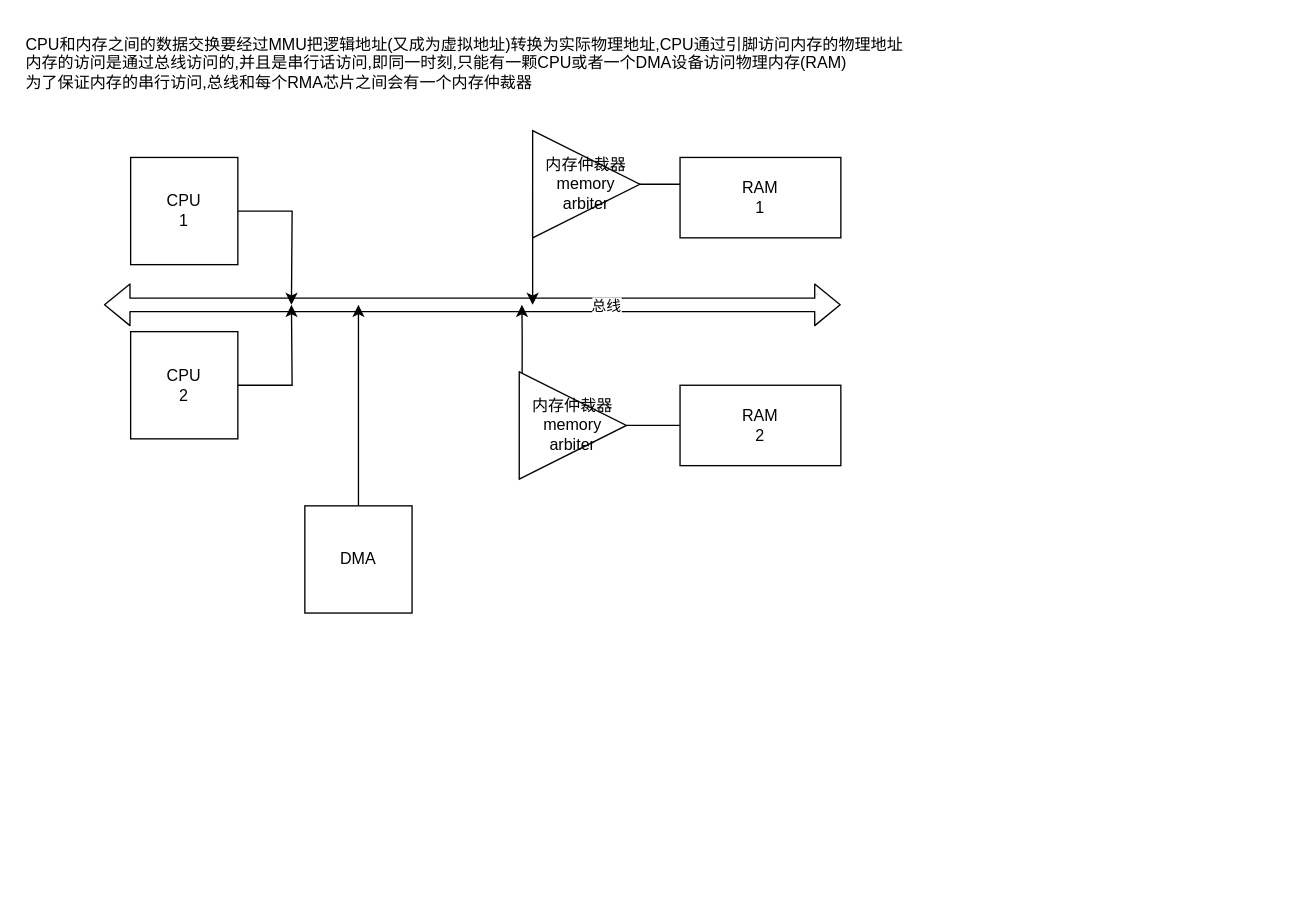
catface996/images keeps this draw.io diagram as linux内核-CPU访问物理内存.drawio. Above is the earlier version. Source tidied: cells renumbered, new cells numbered last; positions are measured from the earlier drawing's top-left corner, leaving out a move shared by most shapes. Both pictures are drawn from the tidied source at 134%, with x=0, y=0 at pixel (23, 29).
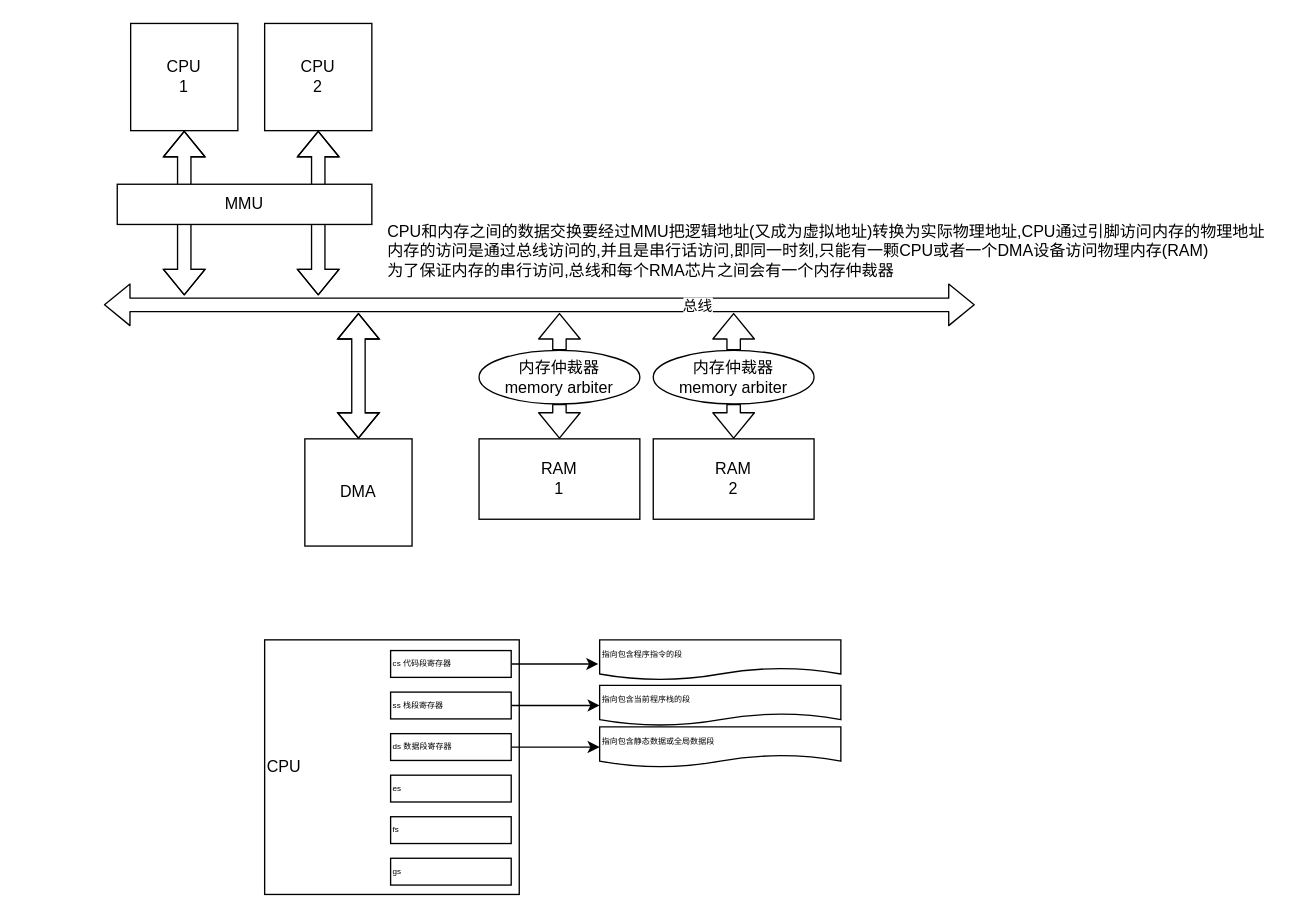
Above is the later version.

Commit message:
更新linux内核-CPU访问物理内存.drawio

What changed in the source:
```diff
@@
-    <mxCell id="2" style="edgeStyle=orthogonalEdgeStyle;rounded=0;jettySize=auto;html=1;" parent="1" edge="1" source="3">
-      <mxGeometry relative="1" as="geometry">
-        <mxPoint x="380" y="205" as="targetPoint" />
-        <Array as="points">
-          <mxPoint x="380" y="115" />
-        </Array>
-      </mxGeometry>
-    </mxCell>
-    <mxCell id="3" value="RAM&lt;br&gt;1" style="rounded=0;whiteSpace=wrap;html=1;" parent="1" vertex="1">
-      <mxGeometry x="490" y="95" width="120" height="60" as="geometry" />
-    </mxCell>
-    <mxCell id="4" style="edgeStyle=orthogonalEdgeStyle;rounded=0;jettySize=auto;html=1;exitX=1;exitY=0.5;exitDx=0;exitDy=0;" parent="1" edge="1" source="5">
-      <mxGeometry relative="1" as="geometry">
-        <mxPoint x="200" y="205" as="targetPoint" />
-      </mxGeometry>
-    </mxCell>
+    <mxCell id="18" style="edgeStyle=orthogonalEdgeStyle;rounded=0;jettySize=auto;html=1;shape=flexArrow;startArrow=block;exitX=0.5;exitY=1;exitDx=0;exitDy=0;" parent="1" edge="1" source="5">
+      <mxGeometry relative="1" as="geometry">
+        <mxPoint x="120" y="198" as="targetPoint" />
+      </mxGeometry>
+    </mxCell>
     <mxCell id="5" value="CPU&lt;br&gt;1" style="whiteSpace=wrap;html=1;" parent="1" vertex="1">
-      <mxGeometry x="80" y="95" width="80" height="80" as="geometry" />
+      <mxGeometry x="80" y="-5" width="80" height="80" as="geometry" />
     </mxCell>
-    <mxCell id="6" style="edgeStyle=orthogonalEdgeStyle;rounded=0;jettySize=auto;html=1;" parent="1" edge="1" source="7">
-      <mxGeometry relative="1" as="geometry">
-        <mxPoint x="200" y="205" as="targetPoint" />
-      </mxGeometry>
-    </mxCell>
-    <mxCell id="7" value="CPU&lt;br&gt;2" style="whiteSpace=wrap;html=1;" parent="1" vertex="1">
-      <mxGeometry x="80" y="225" width="80" height="80" as="geometry" />
-    </mxCell>
     <mxCell id="8" style="shape=flexArrow;endArrow=classic;startArrow=classic;html=1;" parent="1" edge="1">
       <mxGeometry relative="1" as="geometry">
         <mxPoint x="60" y="205" as="sourcePoint" />
-        <mxPoint x="610" y="205" as="targetPoint" />
+        <mxPoint x="710" y="205" as="targetPoint" />
       </mxGeometry>
     </mxCell>
@@
-    <mxCell id="10" style="edgeStyle=orthogonalEdgeStyle;rounded=0;jettySize=auto;html=1;startArrow=none;exitX=0.027;exitY=0.012;exitDx=0;exitDy=0;exitPerimeter=0;" parent="1" edge="1" source="16">
-      <mxGeometry relative="1" as="geometry">
-        <mxPoint x="372" y="205" as="targetPoint" />
-      </mxGeometry>
-    </mxCell>
-    <mxCell id="11" value="RAM&lt;br&gt;2" style="rounded=0;whiteSpace=wrap;html=1;" parent="1" vertex="1">
-      <mxGeometry x="490" y="265" width="120" height="60" as="geometry" />
+    <mxCell id="11" value="RAM&lt;br&gt;1" style="rounded=0;whiteSpace=wrap;html=1;" parent="1" vertex="1">
+      <mxGeometry x="340" y="305" width="120" height="60" as="geometry" />
     </mxCell>
-    <mxCell id="12" value="内存仲裁器&lt;br&gt;memory arbiter" style="triangle;whiteSpace=wrap;html=1;" parent="1" vertex="1">
-      <mxGeometry x="380" y="75" width="80" height="80" as="geometry" />
-    </mxCell>
-    <mxCell id="13" style="edgeStyle=orthogonalEdgeStyle;rounded=0;jettySize=auto;html=1;" parent="1" edge="1" source="14">
+    <mxCell id="13" style="edgeStyle=orthogonalEdgeStyle;rounded=0;jettySize=auto;html=1;shape=flexArrow;startArrow=block;exitX=0.5;exitY=0;exitDx=0;exitDy=0;" parent="1" edge="1" source="14">
       <mxGeometry relative="1" as="geometry">
-        <mxPoint x="250" y="205" as="targetPoint" />
+        <mxPoint x="250" y="211" as="targetPoint" />
       </mxGeometry>
     </mxCell>
     <mxCell id="14" value="DMA" style="whiteSpace=wrap;html=1;" parent="1" vertex="1">
-      <mxGeometry x="210" y="355" width="80" height="80" as="geometry" />
+      <mxGeometry x="210" y="305" width="80" height="80" as="geometry" />
     </mxCell>
     <mxCell id="15" value="CPU和内存之间的数据交换要经过MMU把逻辑地址(又成为虚拟地址)转换为实际物理地址,CPU通过引脚访问内存的物理地址&lt;br&gt;内存的访问是通过总线访问的,并且是串行话访问,即同一时刻,只能有一颗CPU或者一个DMA设备访问物理内存(RAM)&lt;br&gt;为了保证内存的串行访问,总线和每个RMA芯片之间会有一个内存仲裁器" style="text;html=1;align=left;verticalAlign=middle;strokeColor=none;" parent="1" vertex="1">
-      <mxGeometry width="670" height="50" as="geometry" />
+      <mxGeometry x="270" y="140" width="670" height="50" as="geometry" />
     </mxCell>
-    <mxCell id="16" value="内存仲裁器&lt;br&gt;memory arbiter" style="triangle;whiteSpace=wrap;html=1;" parent="1" vertex="1">
-      <mxGeometry x="370" y="255" width="80" height="80" as="geometry" />
-    </mxCell>
-    <mxCell id="17" style="edgeStyle=orthogonalEdgeStyle;rounded=0;jettySize=auto;html=1;endArrow=none;" parent="1" edge="1" source="11" target="16">
-      <mxGeometry relative="1" as="geometry" />
-    </mxCell>
+    <mxCell id="19" style="shape=flexArrow;endArrow=classic;startArrow=none;html=1;" parent="1" edge="1" source="20">
+      <mxGeometry relative="1" as="geometry">
+        <mxPoint x="400" y="211" as="targetPoint" />
+      </mxGeometry>
+    </mxCell>
+    <mxCell id="20" value="&lt;span&gt;内存仲裁器&lt;/span&gt;&lt;br&gt;&lt;span&gt;memory arbiter&lt;/span&gt;" style="ellipse;whiteSpace=wrap;html=1;" parent="1" vertex="1">
+      <mxGeometry x="340" y="239" width="120" height="40" as="geometry" />
+    </mxCell>
+    <mxCell id="21" style="shape=flexArrow;endArrow=none;startArrow=classic;html=1;exitX=0.5;exitY=0;exitDx=0;exitDy=0;" parent="1" edge="1" source="11" target="20">
+      <mxGeometry relative="1" as="geometry" />
+    </mxCell>
+    <mxCell id="22" value="RAM&lt;br&gt;2" style="rounded=0;whiteSpace=wrap;html=1;" parent="1" vertex="1">
+      <mxGeometry x="470" y="305" width="120" height="60" as="geometry" />
+    </mxCell>
+    <mxCell id="23" style="shape=flexArrow;endArrow=classic;startArrow=none;html=1;" parent="1" edge="1" source="24">
+      <mxGeometry relative="1" as="geometry">
+        <mxPoint x="530" y="211" as="targetPoint" />
+      </mxGeometry>
+    </mxCell>
+    <mxCell id="24" value="&lt;span&gt;内存仲裁器&lt;/span&gt;&lt;br&gt;&lt;span&gt;memory arbiter&lt;/span&gt;" style="ellipse;whiteSpace=wrap;html=1;" parent="1" vertex="1">
+      <mxGeometry x="470" y="239" width="120" height="40" as="geometry" />
+    </mxCell>
+    <mxCell id="25" style="shape=flexArrow;endArrow=none;startArrow=classic;html=1;exitX=0.5;exitY=0;exitDx=0;exitDy=0;" parent="1" edge="1" source="22" target="24">
+      <mxGeometry relative="1" as="geometry" />
+    </mxCell>
+    <mxCell id="26" style="edgeStyle=orthogonalEdgeStyle;rounded=0;jettySize=auto;html=1;shape=flexArrow;startArrow=block;exitX=0.5;exitY=1;exitDx=0;exitDy=0;" parent="1" edge="1" source="7">
+      <mxGeometry relative="1" as="geometry">
+        <mxPoint x="220" y="198" as="targetPoint" />
+      </mxGeometry>
+    </mxCell>
+    <mxCell id="7" value="CPU&lt;br&gt;2" style="whiteSpace=wrap;html=1;" parent="1" vertex="1">
+      <mxGeometry x="180" y="-5" width="80" height="80" as="geometry" />
+    </mxCell>
+    <mxCell id="27" value="MMU" style="rounded=0;whiteSpace=wrap;html=1;" parent="1" vertex="1">
+      <mxGeometry x="70" y="115" width="190" height="30" as="geometry" />
+    </mxCell>
+    <mxCell id="28" value="CPU" style="whiteSpace=wrap;html=1;align=left;" parent="1" vertex="1">
+      <mxGeometry x="180" y="455" width="190" height="190" as="geometry" />
+    </mxCell>
+    <mxCell id="29" style="edgeStyle=orthogonalEdgeStyle;rounded=0;jettySize=auto;html=1;fontSize=6;startArrow=none;startFill=0;" parent="1" edge="1" source="30">
+      <mxGeometry relative="1" as="geometry">
+        <mxPoint x="429" y="473" as="targetPoint" />
+      </mxGeometry>
+    </mxCell>
+    <mxCell id="30" value="cs 代码段寄存器" style="rounded=0;whiteSpace=wrap;html=1;align=left;fontSize=6;" parent="1" vertex="1">
+      <mxGeometry x="274" y="463" width="90" height="20" as="geometry" />
+    </mxCell>
+    <mxCell id="31" style="edgeStyle=orthogonalEdgeStyle;rounded=0;jettySize=auto;html=1;entryX=0;entryY=0.5;entryDx=0;entryDy=0;fontSize=6;startArrow=none;startFill=0;" parent="1" edge="1" source="32" target="39">
+      <mxGeometry relative="1" as="geometry" />
+    </mxCell>
+    <mxCell id="32" value="ss 栈段寄存器" style="rounded=0;whiteSpace=wrap;html=1;align=left;fontSize=6;" parent="1" vertex="1">
+      <mxGeometry x="274" y="494" width="90" height="20" as="geometry" />
+    </mxCell>
+    <mxCell id="33" style="edgeStyle=orthogonalEdgeStyle;rounded=0;jettySize=auto;html=1;entryX=0;entryY=0.5;entryDx=0;entryDy=0;fontSize=6;startArrow=none;startFill=0;" parent="1" edge="1" source="34" target="40">
+      <mxGeometry relative="1" as="geometry" />
+    </mxCell>
+    <mxCell id="34" value="ds 数据段寄存器" style="rounded=0;whiteSpace=wrap;html=1;align=left;fontSize=6;" parent="1" vertex="1">
+      <mxGeometry x="274" y="525" width="90" height="20" as="geometry" />
+    </mxCell>
+    <mxCell id="35" value="es" style="rounded=0;whiteSpace=wrap;html=1;align=left;fontSize=6;" parent="1" vertex="1">
+      <mxGeometry x="274" y="556" width="90" height="20" as="geometry" />
+    </mxCell>
+    <mxCell id="36" value="fs" style="rounded=0;whiteSpace=wrap;html=1;align=left;fontSize=6;" parent="1" vertex="1">
+      <mxGeometry x="274" y="587" width="90" height="20" as="geometry" />
+    </mxCell>
+    <mxCell id="37" value="gs" style="rounded=0;whiteSpace=wrap;html=1;align=left;fontSize=6;" parent="1" vertex="1">
+      <mxGeometry x="274" y="618" width="90" height="20" as="geometry" />
+    </mxCell>
+    <mxCell id="38" value="&lt;span&gt;指向包含程序指令的段&lt;/span&gt;" style="shape=document;whiteSpace=wrap;html=1;boundedLbl=1;fontSize=6;align=left;" parent="1" vertex="1">
+      <mxGeometry x="430" y="455" width="180" height="30" as="geometry" />
+    </mxCell>
+    <mxCell id="39" value="&lt;span&gt;指向包含当前程序栈的段&lt;/span&gt;" style="shape=document;whiteSpace=wrap;html=1;boundedLbl=1;fontSize=6;align=left;" parent="1" vertex="1">
+      <mxGeometry x="430" y="489" width="180" height="30" as="geometry" />
+    </mxCell>
+    <mxCell id="40" value="指向包含静态数据或全局数据段" style="shape=document;whiteSpace=wrap;html=1;boundedLbl=1;fontSize=6;align=left;" parent="1" vertex="1">
+      <mxGeometry x="430" y="520" width="180" height="30" as="geometry" />
+    </mxCell>
```
